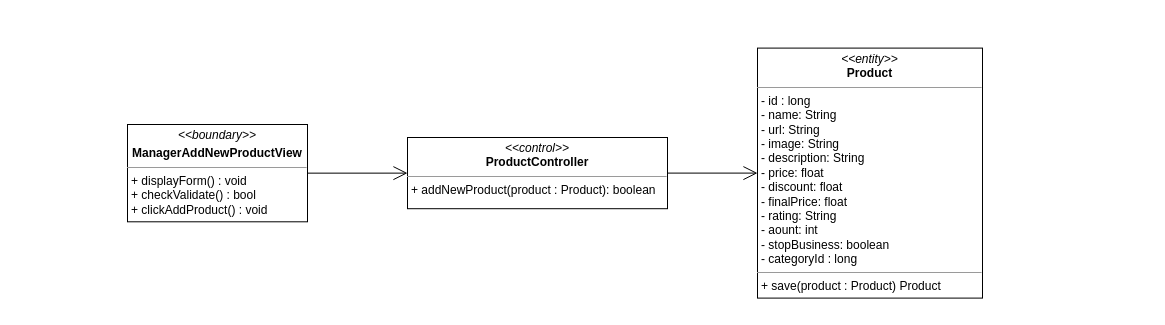
Earlier version of the draw.io diagram class diagram/manager-add-product-class-diagram.drawio (nguyenphamvan/datn_20202). Source tidied: cells renumbered, new cells numbered last; positions are measured from the earlier drawing's top-left corner, leaving out a move shared by most shapes. Both pictures are drawn from the tidied source at 100%, with x=0, y=0 at pixel (127, 48).
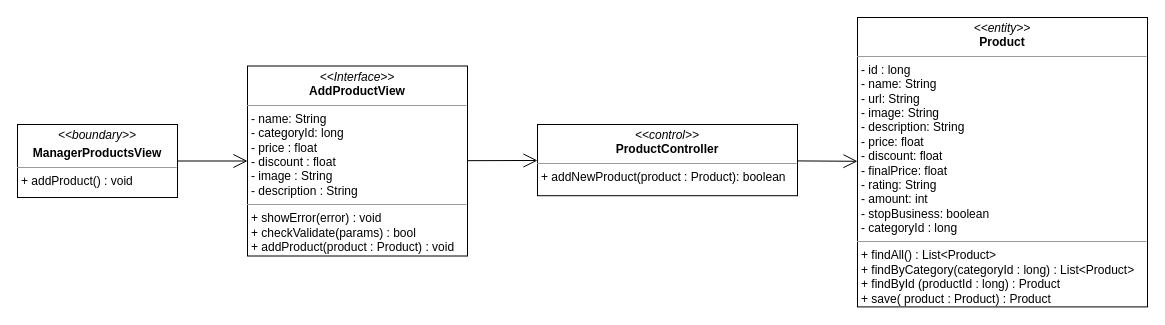
Above is the later version.

What changed in the source:
```diff
@@
 <mxGraphModel>
   <root>
     <mxCell id="0" />
     <mxCell id="1" parent="0" />
-    <mxCell id="2" value="&lt;p style=&quot;margin: 0px ; margin-top: 4px ; text-align: center&quot;&gt;&lt;i&gt;&amp;lt;&amp;lt;boundary&amp;gt;&amp;gt;&lt;/i&gt;&lt;/p&gt;&lt;p style=&quot;margin: 0px ; margin-top: 4px ; text-align: center&quot;&gt;&lt;b&gt;ManagerAddNewProductView&lt;/b&gt;&lt;/p&gt;&lt;hr size=&quot;1&quot;&gt;&lt;p style=&quot;margin: 0px ; margin-left: 4px&quot;&gt;&lt;span&gt;+ displayForm() : void&lt;/span&gt;&lt;br&gt;&lt;/p&gt;&lt;p style=&quot;margin: 0px ; margin-left: 4px&quot;&gt;&lt;span&gt;+ checkValidate() : bool&lt;/span&gt;&lt;/p&gt;&lt;p style=&quot;margin: 0px ; margin-left: 4px&quot;&gt;&lt;span&gt;+ clickAddProduct() : void&lt;/span&gt;&lt;/p&gt;" style="verticalAlign=top;align=left;overflow=fill;fontSize=12;fontFamily=Helvetica;html=1;" parent="1" vertex="1">
-      <mxGeometry y="76" width="180" height="97.3" as="geometry" />
+    <mxCell id="2" value="&lt;p style=&quot;margin: 0px ; margin-top: 4px ; text-align: center&quot;&gt;&lt;i&gt;&amp;lt;&amp;lt;boundary&amp;gt;&amp;gt;&lt;/i&gt;&lt;/p&gt;&lt;p style=&quot;margin: 0px ; margin-top: 4px ; text-align: center&quot;&gt;&lt;b&gt;ManagerProductsView&lt;/b&gt;&lt;/p&gt;&lt;hr size=&quot;1&quot;&gt;&lt;p style=&quot;margin: 0px ; margin-left: 4px&quot;&gt;&lt;span&gt;+ addProduct() : void&lt;/span&gt;&lt;/p&gt;" style="verticalAlign=top;align=left;overflow=fill;fontSize=12;fontFamily=Helvetica;html=1;" parent="1" vertex="1">
+      <mxGeometry x="-110" y="76" width="160" height="73" as="geometry" />
     </mxCell>
-    <mxCell id="3" style="endArrow=open;endFill=1;endSize=12;html=1;exitX=1;exitY=0.5;exitDx=0;exitDy=0;" parent="1" edge="1" source="2" target="4">
+    <mxCell id="3" style="endArrow=open;endFill=1;endSize=12;html=1;exitX=1;exitY=0.5;exitDx=0;exitDy=0;" parent="1" edge="1" source="2" target="7">
       <mxGeometry relative="1" as="geometry" />
     </mxCell>
     <mxCell id="4" value="&lt;p style=&quot;margin: 0px ; margin-top: 4px ; text-align: center&quot;&gt;&lt;i&gt;&amp;lt;&amp;lt;control&amp;gt;&amp;gt;&lt;/i&gt;&lt;br&gt;&lt;b&gt;ProductController&lt;/b&gt;&lt;/p&gt;&lt;hr size=&quot;1&quot;&gt;&lt;p style=&quot;margin: 0px ; margin-left: 4px&quot;&gt;+ addNewProduct(product : Product): boolean&lt;br&gt;&lt;/p&gt;" style="verticalAlign=top;align=left;overflow=fill;fontSize=12;fontFamily=Helvetica;html=1;" parent="1" vertex="1">
-      <mxGeometry x="280" y="89" width="260" height="71.2" as="geometry" />
+      <mxGeometry x="410" y="76" width="260" height="71.2" as="geometry" />
     </mxCell>
-    <mxCell id="5" value="&lt;p style=&quot;margin: 0px ; margin-top: 4px ; text-align: center&quot;&gt;&lt;i&gt;&amp;lt;&amp;lt;entity&amp;gt;&amp;gt;&lt;/i&gt;&lt;br&gt;&lt;b&gt;Product&lt;/b&gt;&lt;/p&gt;&lt;hr size=&quot;1&quot;&gt;&lt;p style=&quot;margin: 0px ; margin-left: 4px&quot;&gt;- id : long&lt;/p&gt;&lt;p style=&quot;margin: 0px ; margin-left: 4px&quot;&gt;- name: String&lt;br&gt;- url: String&lt;/p&gt;&lt;p style=&quot;margin: 0px ; margin-left: 4px&quot;&gt;- image: String&lt;/p&gt;&lt;p style=&quot;margin: 0px ; margin-left: 4px&quot;&gt;- description: String&lt;/p&gt;&lt;p style=&quot;margin: 0px ; margin-left: 4px&quot;&gt;- price: float&lt;/p&gt;&lt;p style=&quot;margin: 0px ; margin-left: 4px&quot;&gt;- discount: float&lt;/p&gt;&lt;p style=&quot;margin: 0px ; margin-left: 4px&quot;&gt;- finalPrice: float&lt;/p&gt;&lt;p style=&quot;margin: 0px ; margin-left: 4px&quot;&gt;- rating: String&lt;/p&gt;&lt;p style=&quot;margin: 0px ; margin-left: 4px&quot;&gt;- aount: int&lt;/p&gt;&lt;p style=&quot;margin: 0px ; margin-left: 4px&quot;&gt;- stopBusiness: boolean&lt;/p&gt;&lt;p style=&quot;margin: 0px ; margin-left: 4px&quot;&gt;- categoryId : long&lt;/p&gt;&lt;hr size=&quot;1&quot;&gt;&lt;p style=&quot;margin: 0px ; margin-left: 4px&quot;&gt;+ save(product : Product) Product&lt;/p&gt;" style="verticalAlign=top;align=left;overflow=fill;fontSize=12;fontFamily=Helvetica;html=1;" parent="1" vertex="1">
-      <mxGeometry x="630" y="-0.4" width="225" height="250" as="geometry" />
+    <mxCell id="5" value="&lt;p style=&quot;margin: 0px ; margin-top: 4px ; text-align: center&quot;&gt;&lt;i&gt;&amp;lt;&amp;lt;entity&amp;gt;&amp;gt;&lt;/i&gt;&lt;br&gt;&lt;b&gt;Product&lt;/b&gt;&lt;/p&gt;&lt;hr size=&quot;1&quot;&gt;&lt;p style=&quot;margin: 0px ; margin-left: 4px&quot;&gt;- id : long&lt;/p&gt;&lt;p style=&quot;margin: 0px ; margin-left: 4px&quot;&gt;- name: String&lt;br&gt;- url: String&lt;/p&gt;&lt;p style=&quot;margin: 0px ; margin-left: 4px&quot;&gt;- image: String&lt;/p&gt;&lt;p style=&quot;margin: 0px ; margin-left: 4px&quot;&gt;- description: String&lt;/p&gt;&lt;p style=&quot;margin: 0px ; margin-left: 4px&quot;&gt;- price: float&lt;/p&gt;&lt;p style=&quot;margin: 0px ; margin-left: 4px&quot;&gt;- discount: float&lt;/p&gt;&lt;p style=&quot;margin: 0px ; margin-left: 4px&quot;&gt;- finalPrice: float&lt;/p&gt;&lt;p style=&quot;margin: 0px ; margin-left: 4px&quot;&gt;- rating: String&lt;/p&gt;&lt;p style=&quot;margin: 0px ; margin-left: 4px&quot;&gt;- amount: int&lt;/p&gt;&lt;p style=&quot;margin: 0px ; margin-left: 4px&quot;&gt;- stopBusiness: boolean&lt;/p&gt;&lt;p style=&quot;margin: 0px ; margin-left: 4px&quot;&gt;- categoryId : long&lt;/p&gt;&lt;hr size=&quot;1&quot;&gt;&lt;p style=&quot;margin: 0px 0px 0px 4px&quot;&gt;+ findAll() : List&amp;lt;Product&amp;gt;&lt;/p&gt;&lt;p style=&quot;margin: 0px 0px 0px 4px&quot;&gt;+ findByCategory(categoryId : long) : List&amp;lt;Product&amp;gt;&lt;/p&gt;&lt;p style=&quot;margin: 0px 0px 0px 4px&quot;&gt;+ findById (productId : long) : Product&lt;/p&gt;&lt;p style=&quot;margin: 0px 0px 0px 4px&quot;&gt;+ save( product : Product) : Product&lt;/p&gt;" style="verticalAlign=top;align=left;overflow=fill;fontSize=12;fontFamily=Helvetica;html=1;" parent="1" vertex="1">
+      <mxGeometry x="730" y="-31" width="290" height="289.4" as="geometry" />
     </mxCell>
     <mxCell id="6" style="endArrow=open;endFill=1;endSize=12;html=1;" parent="1" edge="1" source="4" target="5">
       <mxGeometry relative="1" as="geometry" />
     </mxCell>
+    <mxCell id="7" value="&lt;p style=&quot;margin: 0px ; margin-top: 4px ; text-align: center&quot;&gt;&lt;i&gt;&amp;lt;&amp;lt;Interface&amp;gt;&amp;gt;&lt;/i&gt;&lt;br&gt;&lt;b&gt;AddProductView&lt;/b&gt;&lt;/p&gt;&lt;hr size=&quot;1&quot;&gt;&lt;p style=&quot;margin: 0px ; margin-left: 4px&quot;&gt;- name: String&lt;br&gt;- categoryId: long&lt;/p&gt;&lt;p style=&quot;margin: 0px ; margin-left: 4px&quot;&gt;- price : float&lt;/p&gt;&lt;p style=&quot;margin: 0px ; margin-left: 4px&quot;&gt;- discount : float&lt;/p&gt;&lt;p style=&quot;margin: 0px ; margin-left: 4px&quot;&gt;- image : String&lt;/p&gt;&lt;p style=&quot;margin: 0px ; margin-left: 4px&quot;&gt;- description : String&lt;/p&gt;&lt;hr size=&quot;1&quot;&gt;&lt;p style=&quot;margin: 0px 0px 0px 4px&quot;&gt;+ showError(error) : void&lt;br&gt;&lt;/p&gt;&lt;p style=&quot;margin: 0px 0px 0px 4px&quot;&gt;+ checkValidate(params) : bool&lt;/p&gt;&lt;p style=&quot;margin: 0px 0px 0px 4px&quot;&gt;+ addProduct(product : Product) : void&lt;/p&gt;" style="verticalAlign=top;align=left;overflow=fill;fontSize=12;fontFamily=Helvetica;html=1;" parent="1" vertex="1">
+      <mxGeometry x="120" y="17.5" width="220" height="190" as="geometry" />
+    </mxCell>
+    <mxCell id="8" style="endArrow=open;endFill=1;endSize=12;html=1;" parent="1" edge="1" source="7" target="4">
+      <mxGeometry relative="1" as="geometry" />
+    </mxCell>
   </root>
 </mxGraphModel>
```
